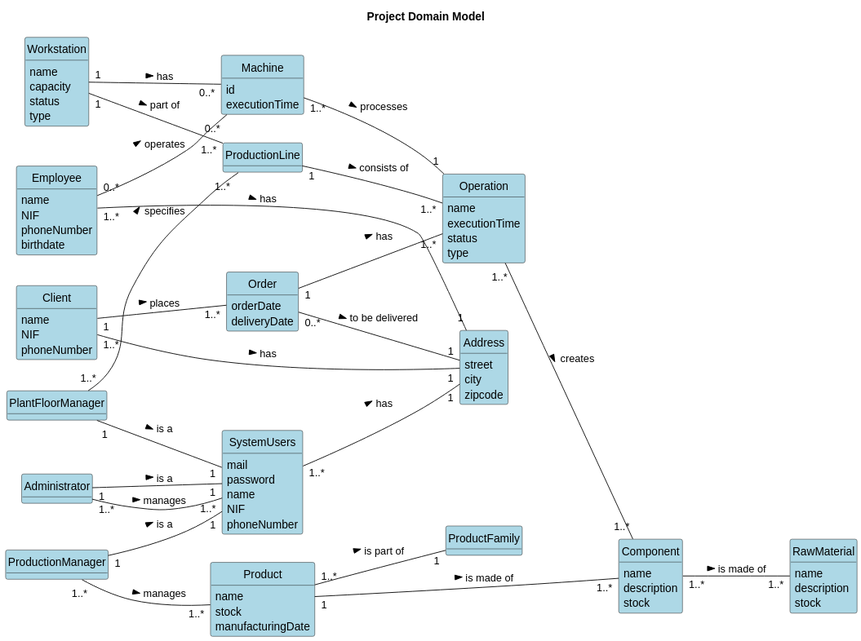
The PlantUML diagram others/documentation/global-artifacts/svg/domain-model-Project_Domain_Model.svg in ricardomm7/buildflow, before a commit.
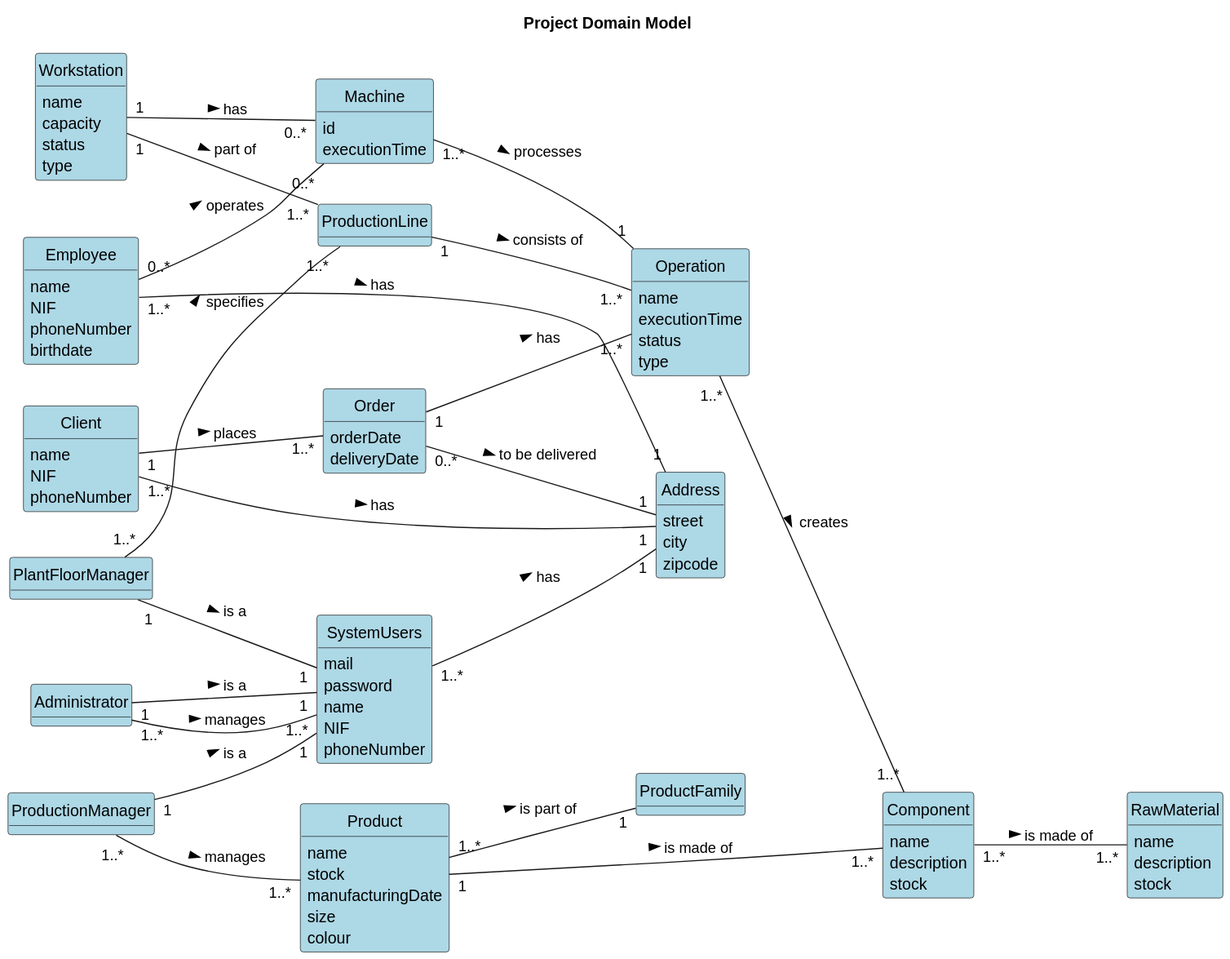
After the commit.

Diff of the diagram source:
```diff
@@ -39,6 +39,8 @@
     name
     stock
     manufacturingDate
+    size
+    colour
 }
 
 class Component {
```
